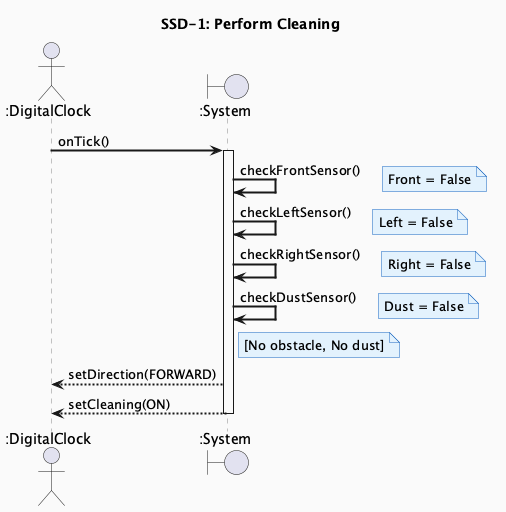
The PlantUML diagram docs/vibe-coding/02-ooa/images/SSD1_PerformCleaning.png in OOP-konkuk/CICD-Team7, before a commit.
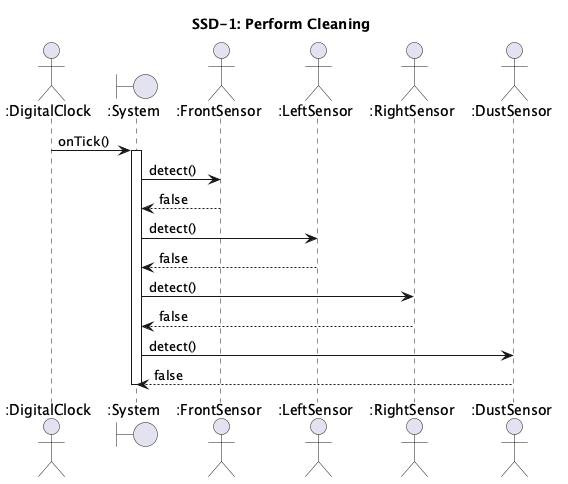
The same diagram one commit later.

The edit, as a diff of the source:
```diff
@@ -1,31 +1,22 @@
 @startuml SSD1_PerformCleaning
-skinparam backgroundColor #FAFAFA
-skinparam sequenceArrowThickness 2
-skinparam sequenceParticipantBackgroundColor #FFFDE7
-skinparam sequenceParticipantBorderColor #F9A825
-skinparam sequenceLifeLineBorderColor #888888
-skinparam noteBackgroundColor #E3F2FD
-skinparam noteBorderColor #1565C0
-
 title SSD-1: Perform Cleaning
 
 actor ":DigitalClock" as Clock
 boundary ":System" as Sys
+actor ":FrontSensor" as FS
+actor ":LeftSensor" as LS
+actor ":RightSensor" as RS
+actor ":DustSensor" as DS
 
 Clock -> Sys : onTick()
 activate Sys
-Sys -> Sys : checkFrontSensor()
-note right : Front = False
-Sys -> Sys : checkLeftSensor()
-note right : Left = False
-Sys -> Sys : checkRightSensor()
-note right : Right = False
-Sys -> Sys : checkDustSensor()
-note right : Dust = False
-note right of Sys
-  [No obstacle, No dust]
-end note
-Sys --> Clock : setDirection(FORWARD)
-Sys --> Clock : setCleaning(ON)
+Sys -> FS : detect()
+FS --> Sys : false
+Sys -> LS : detect()
+LS --> Sys : false
+Sys -> RS : detect()
+RS --> Sys : false
+Sys -> DS : detect()
+DS --> Sys : false
 deactivate Sys
 @enduml
```
